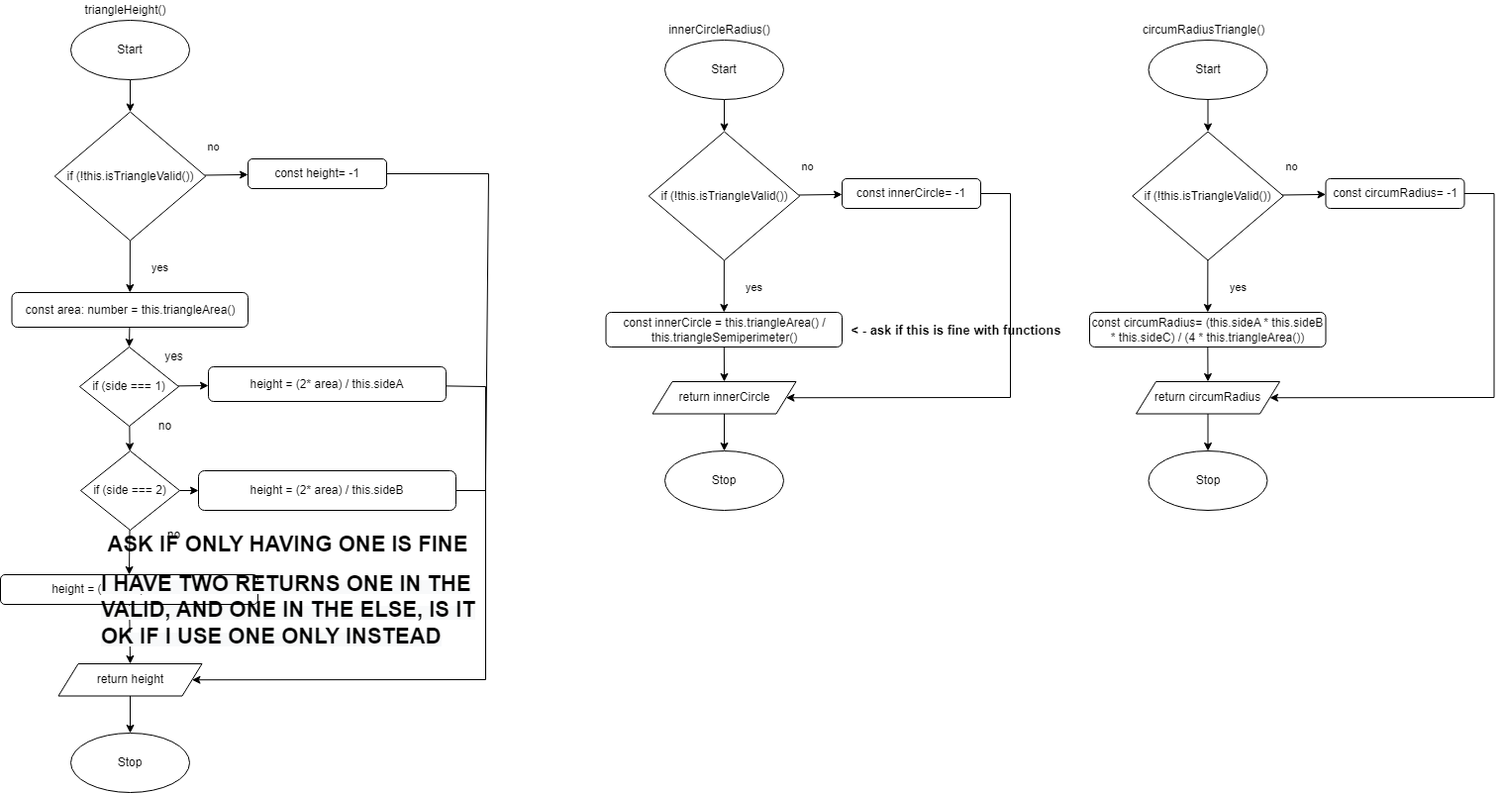
JacksonNaufal/ics4u-assignment-3-typescript keeps this draw.io diagram as Drawio/FlowchartTWO.png. Above is the earlier version. Source tidied: cells renumbered, new cells last; positions are measured from the earlier drawing's top-left corner, leaving out a move shared by most shapes.
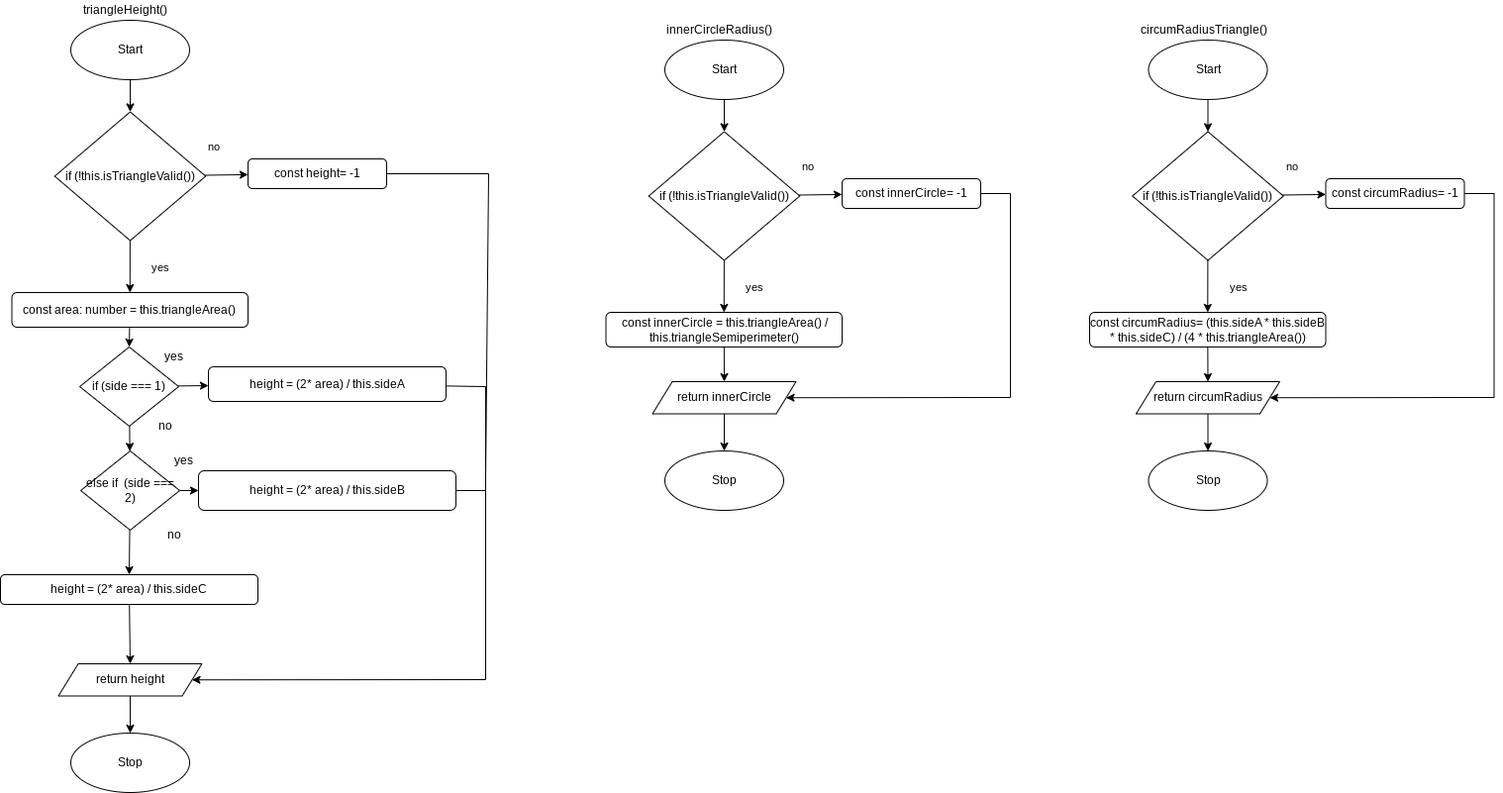
Later version of the same file.

Diff of the diagram source:
```diff
@@ -52,7 +52,7 @@
     <mxCell id="16" style="edgeStyle=none;html=1;entryX=0.5;entryY=0;entryDx=0;entryDy=0;" parent="1" edge="1" source="17" target="9">
       <mxGeometry relative="1" as="geometry" />
     </mxCell>
-    <mxCell id="17" value="if (side === 2)" style="rhombus;whiteSpace=wrap;html=1;" parent="1" vertex="1">
+    <mxCell id="17" value="else if&amp;nbsp; (side === 2)" style="rhombus;whiteSpace=wrap;html=1;" parent="1" vertex="1">
       <mxGeometry x="81" y="455" width="100" height="80" as="geometry" />
     </mxCell>
     <mxCell id="18" style="edgeStyle=none;rounded=0;html=1;entryX=1;entryY=0.5;entryDx=0;entryDy=0;endArrow=classic;endFill=1;exitX=1;exitY=0.5;exitDx=0;exitDy=0;" parent="1" edge="1" source="19" target="24">
@@ -107,12 +107,6 @@
     <mxCell id="31" value="const height= -1" style="rounded=1;whiteSpace=wrap;html=1;" parent="1" vertex="1">
       <mxGeometry x="250" y="160" width="140" height="30" as="geometry" />
     </mxCell>
-    <mxCell id="32" value="&lt;b&gt;&lt;font style=&quot;font-size: 22px&quot;&gt;ASK IF ONLY HAVING ONE IS FINE&lt;/font&gt;&lt;/b&gt;" style="text;html=1;align=center;verticalAlign=middle;strokeColor=none;fillColor=none;" parent="1" vertex="1">
-      <mxGeometry x="100" y="540" width="380" height="20" as="geometry" />
-    </mxCell>
-    <mxCell id="33" value="&lt;b style=&quot;color: rgb(0 , 0 , 0) ; font-family: &amp;#34;helvetica&amp;#34; ; font-size: 12px ; font-style: normal ; letter-spacing: normal ; text-align: center ; text-indent: 0px ; text-transform: none ; word-spacing: 0px ; background-color: rgb(248 , 249 , 250)&quot;&gt;&lt;font style=&quot;font-size: 22px&quot;&gt;I HAVE TWO RETURNS ONE IN THE VALID, AND ONE IN THE ELSE, IS IT OK IF I USE ONE ONLY INSTEAD&lt;/font&gt;&lt;/b&gt;" style="text;whiteSpace=wrap;html=1;fontSize=22;" parent="1" vertex="1">
-      <mxGeometry x="100" y="570" width="390" height="40" as="geometry" />
-    </mxCell>
     <mxCell id="34" value="innerCircleRadius()" style="text;html=1;align=center;verticalAlign=middle;strokeColor=none;fillColor=none;" parent="1" vertex="1">
       <mxGeometry x="666" y="20" width="120" height="20" as="geometry" />
     </mxCell>
@@ -163,9 +157,6 @@
     <mxCell id="48" value="const innerCircle= -1" style="rounded=1;whiteSpace=wrap;html=1;" parent="1" vertex="1">
       <mxGeometry x="850" y="180" width="140" height="30" as="geometry" />
     </mxCell>
-    <mxCell id="49" value="&lt;b&gt;&lt;font style=&quot;font-size: 13px&quot;&gt;&amp;lt; - ask if this is fine with functions&lt;/font&gt;&lt;/b&gt;" style="text;html=1;align=center;verticalAlign=middle;strokeColor=none;fillColor=none;" parent="1" vertex="1">
-      <mxGeometry x="850" y="322.5" width="230" height="20" as="geometry" />
-    </mxCell>
     <mxCell id="50" value="circumRadiusTriangle()" style="text;html=1;align=center;verticalAlign=middle;strokeColor=none;fillColor=none;" parent="1" vertex="1">
       <mxGeometry x="1144.5" y="20" width="140" height="20" as="geometry" />
     </mxCell>
@@ -216,5 +207,8 @@
     <mxCell id="64" value="const circumRadius= -1" style="rounded=1;whiteSpace=wrap;html=1;" parent="1" vertex="1">
       <mxGeometry x="1338.5" y="180" width="140" height="30" as="geometry" />
     </mxCell>
+    <mxCell id="65" value="yes" style="text;html=1;align=center;verticalAlign=middle;strokeColor=none;fillColor=none;" parent="1" vertex="1">
+      <mxGeometry x="170" y="455" width="30" height="20" as="geometry" />
+    </mxCell>
   </root>
 </mxGraphModel>
```
